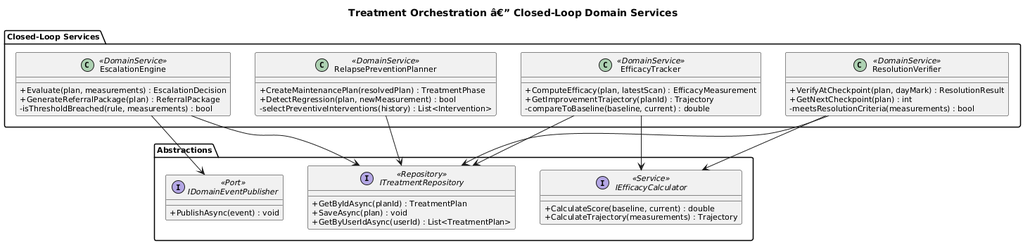
QuinntyneBrown/ClearEyeQ keeps this PlantUML diagram as docs/detailed-design/07-treatment-orchestration/class-closed-loop.png. Above is the earlier version.
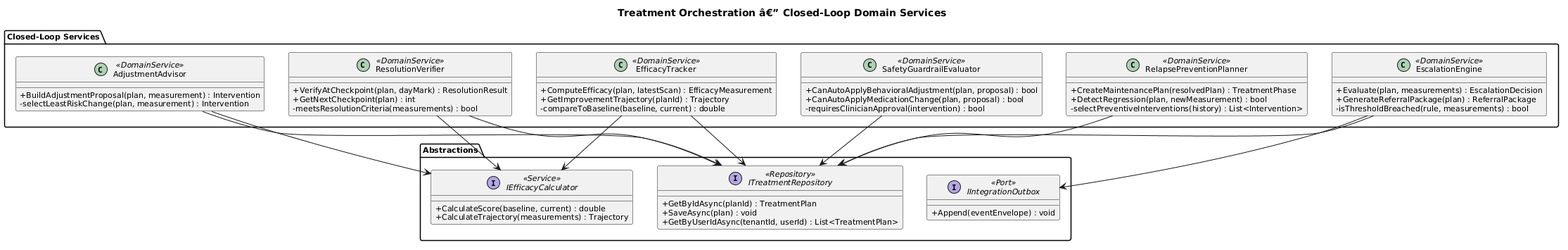
After the change.

The edit, as a diff of the source:
```diff
@@ -10,6 +10,17 @@
         +ComputeEfficacy(plan, latestScan) : EfficacyMeasurement
         +GetImprovementTrajectory(planId) : Trajectory
         -compareToBaseline(baseline, current) : double
+    }
+
+    class SafetyGuardrailEvaluator <<DomainService>> {
+        +CanAutoApplyBehavioralAdjustment(plan, proposal) : bool
+        +CanAutoApplyMedicationChange(plan, proposal) : bool
+        -requiresClinicianApproval(intervention) : bool
+    }
+
+    class AdjustmentAdvisor <<DomainService>> {
+        +BuildAdjustmentProposal(plan, measurement) : Intervention
+        -selectLeastRiskChange(plan, measurement) : Intervention
     }
 
     class EscalationEngine <<DomainService>> {
@@ -36,7 +47,7 @@
     interface ITreatmentRepository <<Repository>> {
         +GetByIdAsync(planId) : TreatmentPlan
         +SaveAsync(plan) : void
-        +GetByUserIdAsync(userId) : List<TreatmentPlan>
+        +GetByUserIdAsync(tenantId, userId) : List<TreatmentPlan>
     }
 
     interface IEfficacyCalculator <<Service>> {
@@ -44,15 +55,18 @@
         +CalculateTrajectory(measurements) : Trajectory
     }
 
-    interface IDomainEventPublisher <<Port>> {
-        +PublishAsync(event) : void
+    interface IIntegrationOutbox <<Port>> {
+        +Append(eventEnvelope) : void
     }
 }
 
 EfficacyTracker --> ITreatmentRepository
 EfficacyTracker --> IEfficacyCalculator
+SafetyGuardrailEvaluator --> ITreatmentRepository
+AdjustmentAdvisor --> ITreatmentRepository
+AdjustmentAdvisor --> IEfficacyCalculator
 EscalationEngine --> ITreatmentRepository
-EscalationEngine --> IDomainEventPublisher
+EscalationEngine --> IIntegrationOutbox
 ResolutionVerifier --> ITreatmentRepository
 ResolutionVerifier --> IEfficacyCalculator
 RelapsePreventionPlanner --> ITreatmentRepository
```
